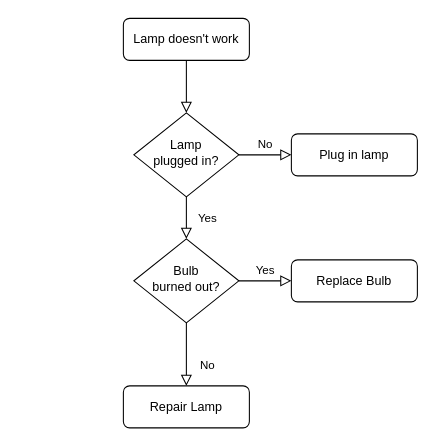
Before: Untitled Diagram.drawio in Oij13/catchthecash, a draw.io diagram. Source tidied: cells renumbered, new cells numbered last; positions are measured from the earlier drawing's top-left corner, leaving out a move shared by most shapes. Both pictures are drawn from the tidied source at 105%, with x=0, y=0 at pixel (123, 18).
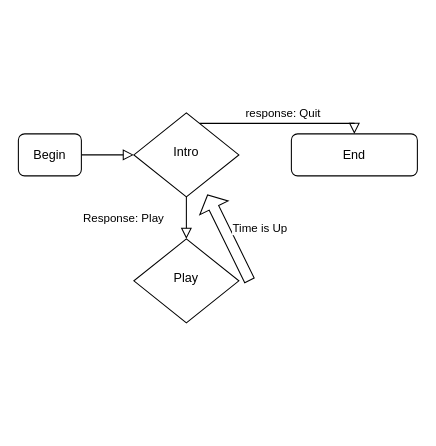
The same diagram, later.

What changed in the source:
```diff
@@
 <mxGraphModel>
   <root>
     <mxCell id="0" />
     <mxCell id="1" parent="0" />
     <mxCell id="2" style="rounded=0;html=1;jettySize=auto;fontSize=11;endArrow=block;endFill=0;endSize=8;strokeWidth=1;shadow=0;labelBackgroundColor=none;edgeStyle=orthogonalEdgeStyle;" parent="1" edge="1" source="3" target="6">
       <mxGeometry relative="1" as="geometry" />
     </mxCell>
-    <mxCell id="3" value="Lamp doesn't work" style="rounded=1;whiteSpace=wrap;html=1;fontSize=12;glass=0;strokeWidth=1;shadow=0;" parent="1" vertex="1">
-      <mxGeometry width="120" height="40" as="geometry" />
+    <mxCell id="3" value="Begin" style="rounded=1;whiteSpace=wrap;html=1;fontSize=12;glass=0;strokeWidth=1;shadow=0;" parent="1" vertex="1">
+      <mxGeometry x="-100" y="110" width="60" height="40" as="geometry" />
     </mxCell>
-    <mxCell id="4" value="Yes" style="rounded=0;html=1;jettySize=auto;fontSize=11;endArrow=block;endFill=0;endSize=8;strokeWidth=1;shadow=0;labelBackgroundColor=none;edgeStyle=orthogonalEdgeStyle;" parent="1" edge="1" source="6" target="10">
-      <mxGeometry y="20" relative="1" as="geometry" />
+    <mxCell id="4" value="Response: Play" style="rounded=0;html=1;jettySize=auto;fontSize=11;endArrow=block;endFill=0;endSize=8;strokeWidth=1;shadow=0;labelBackgroundColor=none;edgeStyle=orthogonalEdgeStyle;" parent="1" edge="1" source="6" target="10">
+      <mxGeometry y="-60" relative="1" as="geometry" />
     </mxCell>
-    <mxCell id="5" value="No" style="edgeStyle=orthogonalEdgeStyle;rounded=0;html=1;jettySize=auto;fontSize=11;endArrow=block;endFill=0;endSize=8;strokeWidth=1;shadow=0;labelBackgroundColor=none;" parent="1" edge="1" source="6" target="7">
-      <mxGeometry y="10" relative="1" as="geometry" />
+    <mxCell id="5" value="response: Quit" style="edgeStyle=orthogonalEdgeStyle;rounded=0;html=1;jettySize=auto;fontSize=11;endArrow=block;endFill=0;endSize=8;strokeWidth=1;shadow=0;labelBackgroundColor=none;" parent="1" edge="1" source="6" target="7">
+      <mxGeometry y="10" relative="1" as="geometry">
+        <Array as="points">
+          <mxPoint x="220" y="100" />
+        </Array>
+      </mxGeometry>
     </mxCell>
-    <mxCell id="6" value="Lamp&lt;br&gt;plugged in?" style="rhombus;whiteSpace=wrap;html=1;shadow=0;fontFamily=Helvetica;fontSize=12;align=center;strokeWidth=1;spacing=6;spacingTop=-4;" parent="1" vertex="1">
+    <mxCell id="6" value="Intro" style="rhombus;whiteSpace=wrap;html=1;shadow=0;fontFamily=Helvetica;fontSize=12;align=center;strokeWidth=1;spacing=6;spacingTop=-4;" parent="1" vertex="1">
       <mxGeometry x="10" y="90" width="100" height="80" as="geometry" />
     </mxCell>
-    <mxCell id="7" value="Plug in lamp" style="rounded=1;whiteSpace=wrap;html=1;fontSize=12;glass=0;strokeWidth=1;shadow=0;" parent="1" vertex="1">
+    <mxCell id="7" value="End" style="rounded=1;whiteSpace=wrap;html=1;fontSize=12;glass=0;strokeWidth=1;shadow=0;" parent="1" vertex="1">
       <mxGeometry x="160" y="110" width="120" height="40" as="geometry" />
     </mxCell>
-    <mxCell id="8" value="No" style="rounded=0;html=1;jettySize=auto;fontSize=11;endArrow=block;endFill=0;endSize=8;strokeWidth=1;shadow=0;labelBackgroundColor=none;edgeStyle=orthogonalEdgeStyle;" parent="1" edge="1" source="10" target="11">
-      <mxGeometry x="0.33" y="20" relative="1" as="geometry" />
-    </mxCell>
-    <mxCell id="9" value="Yes" style="edgeStyle=orthogonalEdgeStyle;rounded=0;html=1;jettySize=auto;fontSize=11;endArrow=block;endFill=0;endSize=8;strokeWidth=1;shadow=0;labelBackgroundColor=none;" parent="1" edge="1" source="10" target="12">
-      <mxGeometry y="10" relative="1" as="geometry" />
-    </mxCell>
-    <mxCell id="10" value="Bulb&lt;br&gt;burned out?" style="rhombus;whiteSpace=wrap;html=1;shadow=0;fontFamily=Helvetica;fontSize=12;align=center;strokeWidth=1;spacing=6;spacingTop=-4;" parent="1" vertex="1">
+    <mxCell id="10" value="Play" style="rhombus;whiteSpace=wrap;html=1;shadow=0;fontFamily=Helvetica;fontSize=12;align=center;strokeWidth=1;spacing=6;spacingTop=-4;" parent="1" vertex="1">
       <mxGeometry x="10" y="210" width="100" height="80" as="geometry" />
     </mxCell>
-    <mxCell id="11" value="Repair Lamp" style="rounded=1;whiteSpace=wrap;html=1;fontSize=12;glass=0;strokeWidth=1;shadow=0;" parent="1" vertex="1">
-      <mxGeometry y="350" width="120" height="40" as="geometry" />
-    </mxCell>
-    <mxCell id="12" value="Replace Bulb" style="rounded=1;whiteSpace=wrap;html=1;fontSize=12;glass=0;strokeWidth=1;shadow=0;" parent="1" vertex="1">
-      <mxGeometry x="160" y="230" width="120" height="40" as="geometry" />
-    </mxCell>
+    <mxCell id="13" value="Time is Up" style="shape=flexArrow;endArrow=classic;html=1;rounded=0;entryX=0.597;entryY=0.971;entryDx=0;entryDy=0;entryPerimeter=0;exitX=1;exitY=0.5;exitDx=0;exitDy=0;endWidth=19;endSize=4.23;" parent="1" edge="1">
+      <mxGeometry x="-0.11" y="-31" relative="1" as="geometry">
+        <mxPoint x="120.3" y="250" as="sourcePoint" />
+        <mxPoint x="80" y="167.7" as="targetPoint" />
+      </mxGeometry>
+    </mxCell>
   </root>
 </mxGraphModel>
```
